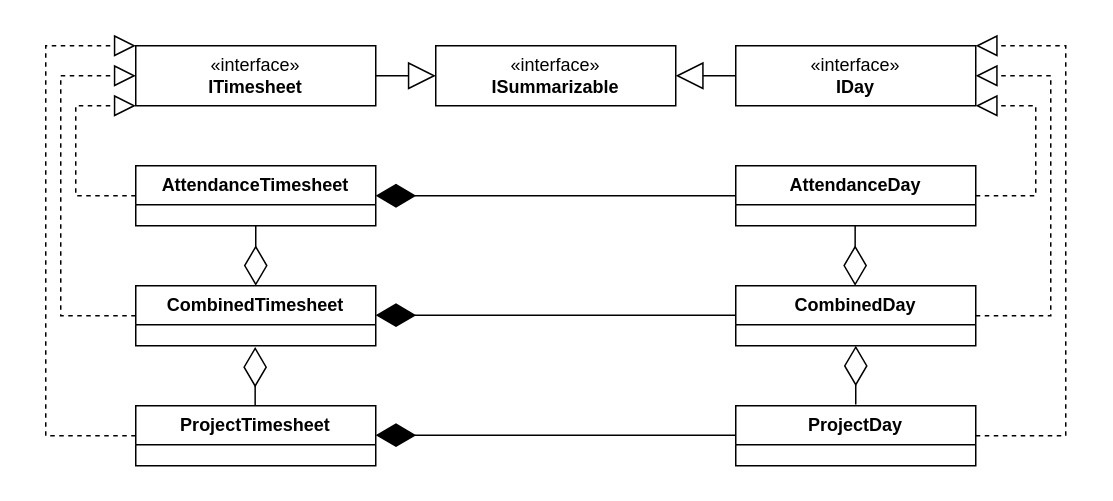
ondrejsvorc/UJEP keeps this draw.io diagram as OOD/ClassDiagram.drawio. Above is the earlier version. Source tidied: cells renumbered, new cells numbered last; positions are measured from the earlier drawing's top-left corner, leaving out a move shared by most shapes. Both pictures are drawn from the tidied source at 150%, with x=0, y=0 at pixel (45, 45).
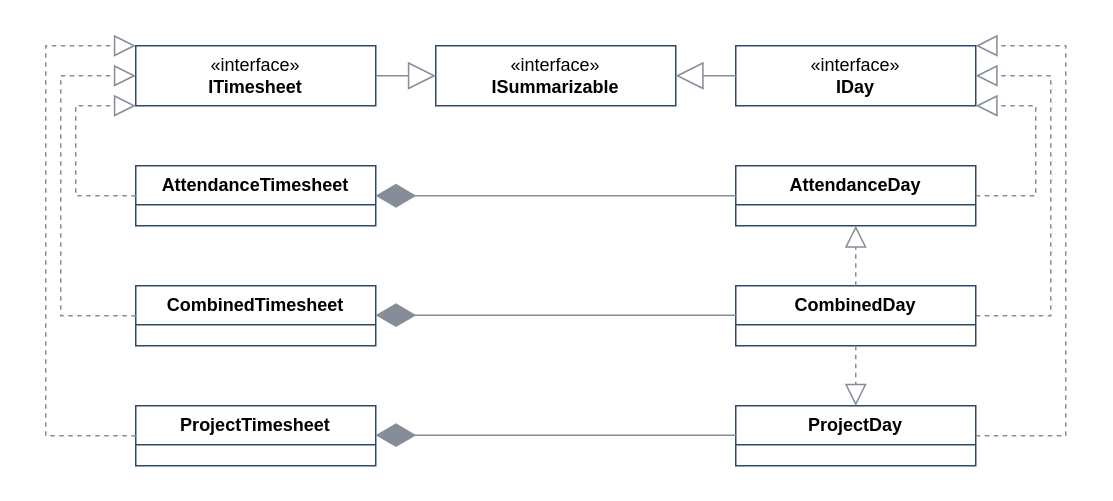
The same diagram, later.

Change to the diagram source:
```diff
@@
-    <mxCell id="2" value="«interface»&lt;br&gt;&lt;b&gt;ITimesheet&lt;/b&gt;" style="html=1;whiteSpace=wrap;" parent="1" vertex="1">
+    <mxCell id="2" value="«interface»&lt;br&gt;&lt;b&gt;ITimesheet&lt;/b&gt;" style="html=1;whiteSpace=wrap;fillColor=default;strokeColor=#2F4A66;" parent="1" vertex="1">
       <mxGeometry x="60" width="160" height="40" as="geometry" />
     </mxCell>
-    <mxCell id="3" value="«interface»&lt;br&gt;&lt;b&gt;IDay&lt;/b&gt;" style="html=1;whiteSpace=wrap;" parent="1" vertex="1">
+    <mxCell id="3" value="«interface»&lt;br&gt;&lt;b&gt;IDay&lt;/b&gt;" style="html=1;whiteSpace=wrap;fillColor=default;strokeColor=#2F4A66;" parent="1" vertex="1">
       <mxGeometry x="460" width="160" height="40" as="geometry" />
     </mxCell>
-    <mxCell id="4" value="«interface»&lt;br&gt;&lt;b&gt;ISummarizable&lt;/b&gt;" style="html=1;whiteSpace=wrap;" parent="1" vertex="1">
+    <mxCell id="4" value="«interface»&lt;br&gt;&lt;b&gt;ISummarizable&lt;/b&gt;" style="html=1;whiteSpace=wrap;fillColor=default;strokeColor=#2F4A66;" parent="1" vertex="1">
       <mxGeometry x="260" width="160" height="40" as="geometry" />
     </mxCell>
-    <mxCell id="5" value="&lt;b&gt;CombinedTimesheet&lt;/b&gt;" style="swimlane;fontStyle=0;horizontal=1;startSize=26;fillColor=none;whiteSpace=wrap;html=1;" parent="1" vertex="1">
+    <mxCell id="5" value="&lt;b&gt;CombinedTimesheet&lt;/b&gt;" style="swimlane;fontStyle=0;horizontal=1;startSize=26;fillColor=default;whiteSpace=wrap;html=1;strokeColor=#2F4A66;" parent="1" vertex="1">
       <mxGeometry x="60" y="160" width="160" height="40" as="geometry" />
     </mxCell>
-    <mxCell id="6" value="&lt;b&gt;AttendanceTimesheet&lt;/b&gt;" style="swimlane;fontStyle=0;horizontal=1;startSize=26;fillColor=none;whiteSpace=wrap;html=1;" parent="1" vertex="1">
+    <mxCell id="6" value="&lt;b&gt;AttendanceTimesheet&lt;/b&gt;" style="swimlane;fontStyle=0;horizontal=1;startSize=26;fillColor=default;whiteSpace=wrap;html=1;strokeColor=#2F4A66;" parent="1" vertex="1">
       <mxGeometry x="60" y="80" width="160" height="40" as="geometry" />
     </mxCell>
-    <mxCell id="7" value="&lt;b&gt;ProjectTimesheet&lt;/b&gt;" style="swimlane;fontStyle=0;horizontal=1;startSize=26;fillColor=none;whiteSpace=wrap;html=1;" parent="1" vertex="1">
+    <mxCell id="7" value="&lt;b&gt;ProjectTimesheet&lt;/b&gt;" style="swimlane;fontStyle=0;horizontal=1;startSize=26;fillColor=default;whiteSpace=wrap;html=1;strokeColor=#2F4A66;" parent="1" vertex="1">
       <mxGeometry x="60" y="240" width="160" height="40" as="geometry" />
     </mxCell>
-    <mxCell id="8" value="&lt;b&gt;ProjectDay&lt;/b&gt;" style="swimlane;fontStyle=0;horizontal=1;startSize=26;fillColor=none;whiteSpace=wrap;html=1;" parent="1" vertex="1">
+    <mxCell id="8" value="&lt;b&gt;ProjectDay&lt;/b&gt;" style="swimlane;fontStyle=0;horizontal=1;startSize=26;fillColor=default;whiteSpace=wrap;html=1;strokeColor=#2F4A66;" parent="1" vertex="1">
       <mxGeometry x="460" y="240" width="160" height="40" as="geometry" />
     </mxCell>
-    <mxCell id="9" value="&lt;b&gt;AttendanceDay&lt;/b&gt;" style="swimlane;fontStyle=0;horizontal=1;startSize=26;fillColor=none;whiteSpace=wrap;html=1;" parent="1" vertex="1">
+    <mxCell id="9" value="&lt;b&gt;AttendanceDay&lt;/b&gt;" style="swimlane;fontStyle=0;horizontal=1;startSize=26;fillColor=default;whiteSpace=wrap;html=1;strokeColor=#2F4A66;" parent="1" vertex="1">
       <mxGeometry x="460" y="80" width="160" height="40" as="geometry" />
     </mxCell>
-    <mxCell id="10" style="endArrow=block;dashed=1;endFill=0;endSize=12;html=1;rounded=0;exitX=0;exitY=0.5;exitDx=0;exitDy=0;entryX=1;entryY=0;entryDx=0;entryDy=0;" parent="9" edge="1" target="3">
+    <mxCell id="10" style="endArrow=block;dashed=1;endFill=0;endSize=12;html=1;rounded=0;exitX=0;exitY=0.5;exitDx=0;exitDy=0;entryX=1;entryY=0;entryDx=0;entryDy=0;strokeColor=#868C98;" parent="9" edge="1" target="3">
       <mxGeometry relative="1" as="geometry">
         <mxPoint x="160" y="180" as="sourcePoint" />
         <Array as="points">
           <mxPoint x="220" y="180" />
           <mxPoint x="220" y="60" />
           <mxPoint x="220" y="-80" />
         </Array>
       </mxGeometry>
     </mxCell>
-    <mxCell id="11" style="endArrow=block;dashed=1;endFill=0;endSize=12;html=1;rounded=0;exitX=0;exitY=0.5;exitDx=0;exitDy=0;" parent="9" edge="1">
+    <mxCell id="11" style="endArrow=block;dashed=1;endFill=0;endSize=12;html=1;rounded=0;exitX=0;exitY=0.5;exitDx=0;exitDy=0;strokeColor=#868C98;" parent="9" edge="1">
       <mxGeometry relative="1" as="geometry">
         <mxPoint x="160" y="100" as="sourcePoint" />
         <mxPoint x="160" y="-60" as="targetPoint" />
         <Array as="points">
           <mxPoint x="210" y="100" />
           <mxPoint x="210" y="-20" />
           <mxPoint x="210" y="-60" />
         </Array>
       </mxGeometry>
     </mxCell>
-    <mxCell id="12" value="&lt;b&gt;CombinedDay&lt;/b&gt;" style="swimlane;fontStyle=0;horizontal=1;startSize=26;fillColor=none;whiteSpace=wrap;html=1;" parent="1" vertex="1">
+    <mxCell id="12" value="&lt;b&gt;CombinedDay&lt;/b&gt;" style="swimlane;fontStyle=0;horizontal=1;startSize=26;fillColor=default;whiteSpace=wrap;html=1;strokeColor=#2F4A66;" parent="1" vertex="1">
       <mxGeometry x="460" y="160" width="160" height="40" as="geometry" />
     </mxCell>
-    <mxCell id="13" style="endArrow=block;dashed=1;endFill=0;endSize=12;html=1;rounded=0;exitX=0;exitY=0.5;exitDx=0;exitDy=0;entryX=0;entryY=1;entryDx=0;entryDy=0;" parent="1" edge="1" source="6" target="2">
+    <mxCell id="13" style="endArrow=block;dashed=1;endFill=0;endSize=12;html=1;rounded=0;exitX=0;exitY=0.5;exitDx=0;exitDy=0;entryX=0;entryY=1;entryDx=0;entryDy=0;strokeColor=#868C98;" parent="1" edge="1" source="6" target="2">
       <mxGeometry relative="1" as="geometry">
         <Array as="points">
           <mxPoint x="20" y="100" />
           <mxPoint x="20" y="40" />
         </Array>
       </mxGeometry>
     </mxCell>
-    <mxCell id="14" style="endArrow=block;dashed=1;endFill=0;endSize=12;html=1;rounded=0;exitX=0;exitY=0.5;exitDx=0;exitDy=0;entryX=0;entryY=0.5;entryDx=0;entryDy=0;" parent="1" edge="1" source="5">
+    <mxCell id="14" style="endArrow=block;dashed=1;endFill=0;endSize=12;html=1;rounded=0;exitX=0;exitY=0.5;exitDx=0;exitDy=0;entryX=0;entryY=0.5;entryDx=0;entryDy=0;strokeColor=#868C98;" parent="1" edge="1" source="5">
       <mxGeometry relative="1" as="geometry">
         <mxPoint x="60" y="20" as="targetPoint" />
         <Array as="points">
           <mxPoint x="10" y="180" />
           <mxPoint x="10" y="20" />
         </Array>
       </mxGeometry>
     </mxCell>
-    <mxCell id="15" style="endArrow=block;dashed=1;endFill=0;endSize=12;html=1;rounded=0;exitX=0;exitY=0.5;exitDx=0;exitDy=0;entryX=0;entryY=0;entryDx=0;entryDy=0;" parent="1" edge="1" source="7" target="2">
+    <mxCell id="15" style="endArrow=block;dashed=1;endFill=0;endSize=12;html=1;rounded=0;exitX=0;exitY=0.5;exitDx=0;exitDy=0;entryX=0;entryY=0;entryDx=0;entryDy=0;strokeColor=#868C98;" parent="1" edge="1" source="7" target="2">
       <mxGeometry relative="1" as="geometry">
         <Array as="points">
           <mxPoint y="260" />
+          <mxPoint y="140" />
           <mxPoint />
         </Array>
       </mxGeometry>
     </mxCell>
-    <mxCell id="16" style="endArrow=block;dashed=1;endFill=0;endSize=12;html=1;rounded=0;exitX=0;exitY=0.5;exitDx=0;exitDy=0;entryX=1;entryY=1;entryDx=0;entryDy=0;" parent="1" edge="1" target="3">
+    <mxCell id="16" style="endArrow=block;dashed=1;endFill=0;endSize=12;html=1;rounded=0;exitX=0;exitY=0.5;exitDx=0;exitDy=0;entryX=1;entryY=1;entryDx=0;entryDy=0;strokeColor=#868C98;" parent="1" edge="1" target="3">
       <mxGeometry relative="1" as="geometry">
         <mxPoint x="620" y="100" as="sourcePoint" />
         <Array as="points">
           <mxPoint x="660" y="100" />
           <mxPoint x="660" y="40" />
         </Array>
       </mxGeometry>
     </mxCell>
-    <mxCell id="17" style="endArrow=diamondThin;endFill=1;endSize=24;html=1;rounded=0;entryX=1;entryY=0.5;entryDx=0;entryDy=0;exitX=0;exitY=0.5;exitDx=0;exitDy=0;" parent="1" edge="1" source="9" target="6">
+    <mxCell id="17" style="endArrow=diamondThin;endFill=1;endSize=24;html=1;rounded=0;entryX=1;entryY=0.5;entryDx=0;entryDy=0;exitX=0;exitY=0.5;exitDx=0;exitDy=0;strokeColor=#868C98;" parent="1" edge="1" source="9" target="6">
       <mxGeometry relative="1" as="geometry" />
     </mxCell>
-    <mxCell id="18" style="endArrow=diamondThin;endFill=1;endSize=24;html=1;rounded=0;entryX=1;entryY=0.5;entryDx=0;entryDy=0;exitX=0;exitY=0.5;exitDx=0;exitDy=0;" parent="1" edge="1">
+    <mxCell id="18" style="endArrow=diamondThin;endFill=1;endSize=24;html=1;rounded=0;entryX=1;entryY=0.5;entryDx=0;entryDy=0;exitX=0;exitY=0.5;exitDx=0;exitDy=0;strokeColor=#868C98;" parent="1" edge="1">
       <mxGeometry relative="1" as="geometry">
         <mxPoint x="460" y="259.6" as="sourcePoint" />
         <mxPoint x="220" y="259.6" as="targetPoint" />
       </mxGeometry>
     </mxCell>
-    <mxCell id="19" style="endArrow=diamondThin;endFill=1;endSize=24;html=1;rounded=0;entryX=1;entryY=0.5;entryDx=0;entryDy=0;exitX=0;exitY=0.5;exitDx=0;exitDy=0;" parent="1" edge="1">
+    <mxCell id="19" style="endArrow=diamondThin;endFill=1;endSize=24;html=1;rounded=0;entryX=1;entryY=0.5;entryDx=0;entryDy=0;exitX=0;exitY=0.5;exitDx=0;exitDy=0;strokeColor=#868C98;" parent="1" edge="1">
       <mxGeometry relative="1" as="geometry">
         <mxPoint x="460" y="179.6" as="sourcePoint" />
         <mxPoint x="220" y="179.6" as="targetPoint" />
       </mxGeometry>
     </mxCell>
-    <mxCell id="20" style="endArrow=diamondThin;endFill=0;endSize=24;html=1;rounded=0;entryX=0.5;entryY=1;entryDx=0;entryDy=0;" parent="1" edge="1" target="12">
-      <mxGeometry relative="1" as="geometry">
-        <mxPoint x="540" y="239.2" as="sourcePoint" />
-      </mxGeometry>
-    </mxCell>
-    <mxCell id="21" style="endArrow=diamondThin;endFill=0;endSize=24;html=1;rounded=0;entryX=0.5;entryY=1;entryDx=0;entryDy=0;" parent="1" edge="1">
-      <mxGeometry relative="1" as="geometry">
-        <mxPoint x="139.6" y="240" as="sourcePoint" />
-        <mxPoint x="139.6" y="200.8" as="targetPoint" />
-      </mxGeometry>
-    </mxCell>
-    <mxCell id="22" style="endArrow=diamondThin;endFill=0;endSize=24;html=1;rounded=0;exitX=0.5;exitY=1;exitDx=0;exitDy=0;entryX=0.5;entryY=0;entryDx=0;entryDy=0;" parent="1" edge="1" source="6" target="5">
-      <mxGeometry relative="1" as="geometry" />
-    </mxCell>
-    <mxCell id="23" style="endArrow=diamondThin;endFill=0;endSize=24;html=1;rounded=0;exitX=0.5;exitY=1;exitDx=0;exitDy=0;entryX=0.5;entryY=0;entryDx=0;entryDy=0;" parent="1" edge="1">
-      <mxGeometry relative="1" as="geometry">
-        <mxPoint x="539.6" y="120" as="sourcePoint" />
-        <mxPoint x="539.6" y="160" as="targetPoint" />
-      </mxGeometry>
-    </mxCell>
-    <mxCell id="24" style="endArrow=block;endSize=16;endFill=0;html=1;rounded=0;entryX=0;entryY=0.5;entryDx=0;entryDy=0;exitX=1;exitY=0.5;exitDx=0;exitDy=0;" parent="1" edge="1" source="2" target="4">
+    <mxCell id="24" style="endArrow=block;endSize=16;endFill=0;html=1;rounded=0;entryX=0;entryY=0.5;entryDx=0;entryDy=0;exitX=1;exitY=0.5;exitDx=0;exitDy=0;strokeColor=#868C98;" parent="1" edge="1" source="2" target="4">
       <mxGeometry relative="1" as="geometry" />
     </mxCell>
-    <mxCell id="25" style="endArrow=block;endSize=16;endFill=0;html=1;rounded=0;entryX=1;entryY=0.5;entryDx=0;entryDy=0;exitX=0;exitY=0.5;exitDx=0;exitDy=0;" parent="1" edge="1" source="3" target="4">
+    <mxCell id="25" style="endArrow=block;endSize=16;endFill=0;html=1;rounded=0;entryX=1;entryY=0.5;entryDx=0;entryDy=0;exitX=0;exitY=0.5;exitDx=0;exitDy=0;strokeColor=#868C98;" parent="1" edge="1" source="3" target="4">
       <mxGeometry relative="1" as="geometry" />
     </mxCell>
+    <mxCell id="26" style="endArrow=block;dashed=1;endFill=0;endSize=12;html=1;rounded=0;exitX=0.5;exitY=0;exitDx=0;exitDy=0;entryX=0.5;entryY=1;entryDx=0;entryDy=0;strokeColor=#868C98;" parent="1" edge="1" source="12" target="9">
+      <mxGeometry relative="1" as="geometry">
+        <Array as="points">
+          <mxPoint x="540" y="140" />
+        </Array>
+      </mxGeometry>
+    </mxCell>
+    <mxCell id="27" style="endArrow=block;dashed=1;endFill=0;endSize=12;html=1;rounded=0;entryX=0.5;entryY=0;entryDx=0;entryDy=0;strokeColor=#868C98;" parent="1" edge="1" target="8">
+      <mxGeometry relative="1" as="geometry">
+        <mxPoint x="540" y="200" as="sourcePoint" />
+        <Array as="points">
+          <mxPoint x="540" y="200" />
+        </Array>
+      </mxGeometry>
+    </mxCell>
```
